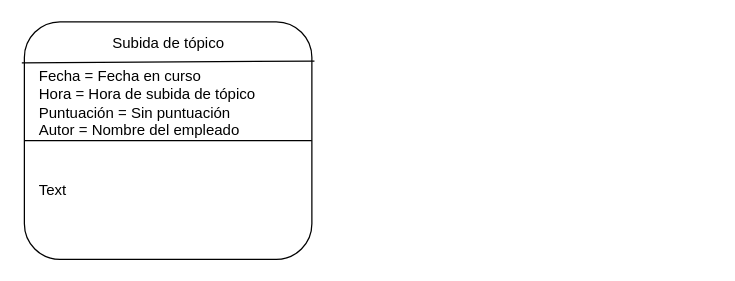
The draw.io diagram Diagrams/Diagrama_Estados.drawio in IvanRenteria/Analisis-Avanzado-de-Software, before the edit. Source tidied: cells renumbered, new cells numbered last; positions are measured from the earlier drawing's top-left corner, leaving out a move shared by most shapes. Both pictures are drawn from the tidied source at 125%, with x=0, y=0 at pixel (24, 21).
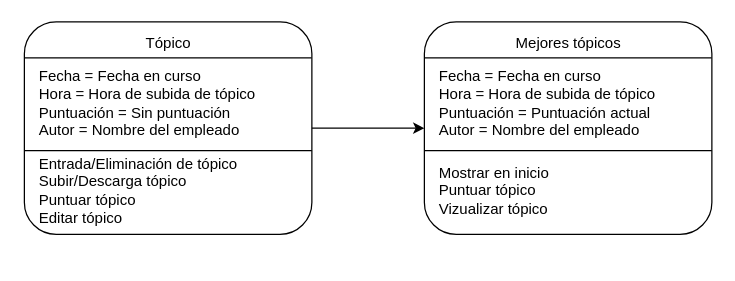
The same page after the edit.

Change to the diagram source:
```diff
@@
 <mxGraphModel>
   <root>
     <mxCell id="0" />
     <mxCell id="1" parent="0" />
     <mxCell id="2" style="rounded=1;whiteSpace=wrap;html=1;" parent="1" vertex="1">
-      <mxGeometry width="230" height="190" as="geometry" />
+      <mxGeometry width="230" height="170" as="geometry" />
     </mxCell>
-    <mxCell id="3" style="endArrow=none;html=1;exitX=-0.009;exitY=0.173;exitDx=0;exitDy=0;exitPerimeter=0;entryX=1.009;entryY=0.165;entryDx=0;entryDy=0;entryPerimeter=0;" parent="1" edge="1" source="2" target="2">
+    <mxCell id="3" style="endArrow=none;html=1;exitX=0.001;exitY=0.169;exitDx=0;exitDy=0;entryX=0.999;entryY=0.169;entryDx=0;entryDy=0;entryPerimeter=0;exitPerimeter=0;" parent="1" edge="1" source="2" target="2">
       <mxGeometry relative="1" as="geometry" />
     </mxCell>
-    <mxCell id="4" value="Subida de tópico" style="text;html=1;strokeColor=none;fillColor=none;align=center;verticalAlign=middle;whiteSpace=wrap;rounded=0;" parent="1" vertex="1">
+    <mxCell id="4" value="Tópico" style="text;html=1;strokeColor=none;fillColor=none;align=center;verticalAlign=middle;whiteSpace=wrap;rounded=0;" parent="1" vertex="1">
       <mxGeometry x="67.5" y="7" width="95" height="20" as="geometry" />
     </mxCell>
     <mxCell id="5" value="Fecha = Fecha en curso&lt;br&gt;Hora = Hora de subida de tópico&lt;br&gt;Puntuación = Sin puntuación&lt;br&gt;Autor = Nombre del empleado" style="text;html=1;strokeColor=none;fillColor=none;align=left;verticalAlign=middle;whiteSpace=wrap;rounded=0;" parent="1" vertex="1">
       <mxGeometry x="10" y="40" width="210" height="50" as="geometry" />
     </mxCell>
-    <mxCell id="6" style="endArrow=none;html=1;exitX=0;exitY=0.5;exitDx=0;exitDy=0;entryX=1;entryY=0.5;entryDx=0;entryDy=0;" parent="1" edge="1" source="2" target="2">
-      <mxGeometry relative="1" as="geometry" />
+    <mxCell id="6" style="endArrow=none;html=1;exitX=0;exitY=0.5;exitDx=0;exitDy=0;entryX=1;entryY=0.5;entryDx=0;entryDy=0;" parent="1" edge="1">
+      <mxGeometry relative="1" as="geometry">
+        <mxPoint y="103" as="sourcePoint" />
+        <mxPoint x="230" y="103" as="targetPoint" />
+      </mxGeometry>
     </mxCell>
-    <mxCell id="7" value="Text" style="text;html=1;strokeColor=none;fillColor=none;align=left;verticalAlign=middle;whiteSpace=wrap;rounded=0;" parent="1" vertex="1">
+    <mxCell id="7" value="Entrada/Eliminación de tópico&lt;br&gt;Subir/Descarga tópico&amp;nbsp;&lt;br&gt;Puntuar tópico&lt;br&gt;Editar tópico" style="text;html=1;strokeColor=none;fillColor=none;align=left;verticalAlign=middle;whiteSpace=wrap;rounded=0;" parent="1" vertex="1">
       <mxGeometry x="10" y="100" width="210" height="70" as="geometry" />
     </mxCell>
+    <mxCell id="8" style="rounded=1;whiteSpace=wrap;html=1;" parent="1" vertex="1">
+      <mxGeometry x="320" width="230" height="170" as="geometry" />
+    </mxCell>
+    <mxCell id="9" style="endArrow=none;html=1;exitX=0.001;exitY=0.169;exitDx=0;exitDy=0;entryX=0.999;entryY=0.169;entryDx=0;entryDy=0;entryPerimeter=0;exitPerimeter=0;" parent="1" edge="1" source="8" target="8">
+      <mxGeometry relative="1" as="geometry" />
+    </mxCell>
+    <mxCell id="10" value="Mejores tópicos" style="text;html=1;strokeColor=none;fillColor=none;align=center;verticalAlign=middle;whiteSpace=wrap;rounded=0;" parent="1" vertex="1">
+      <mxGeometry x="387.5" y="7" width="95" height="20" as="geometry" />
+    </mxCell>
+    <mxCell id="11" value="Fecha = Fecha en curso&lt;br&gt;Hora = Hora de subida de tópico&lt;br&gt;Puntuación = Puntuación actual&lt;br&gt;Autor = Nombre del empleado" style="text;html=1;strokeColor=none;fillColor=none;align=left;verticalAlign=middle;whiteSpace=wrap;rounded=0;" parent="1" vertex="1">
+      <mxGeometry x="330" y="40" width="210" height="50" as="geometry" />
+    </mxCell>
+    <mxCell id="12" style="endArrow=none;html=1;exitX=0;exitY=0.5;exitDx=0;exitDy=0;entryX=1;entryY=0.5;entryDx=0;entryDy=0;" parent="1" edge="1">
+      <mxGeometry relative="1" as="geometry">
+        <mxPoint x="320" y="103" as="sourcePoint" />
+        <mxPoint x="550" y="103" as="targetPoint" />
+      </mxGeometry>
+    </mxCell>
+    <mxCell id="13" value="Mostrar en inicio&lt;br&gt;Puntuar tópico&lt;br&gt;Vizualizar tópico" style="text;html=1;strokeColor=none;fillColor=none;align=left;verticalAlign=middle;whiteSpace=wrap;rounded=0;" parent="1" vertex="1">
+      <mxGeometry x="330" y="100" width="210" height="70" as="geometry" />
+    </mxCell>
+    <mxCell id="14" style="endArrow=classic;html=1;entryX=0;entryY=0.5;entryDx=0;entryDy=0;exitX=1;exitY=0.5;exitDx=0;exitDy=0;" parent="1" edge="1" source="2" target="8">
+      <mxGeometry relative="1" as="geometry" />
+    </mxCell>
   </root>
 </mxGraphModel>
```
